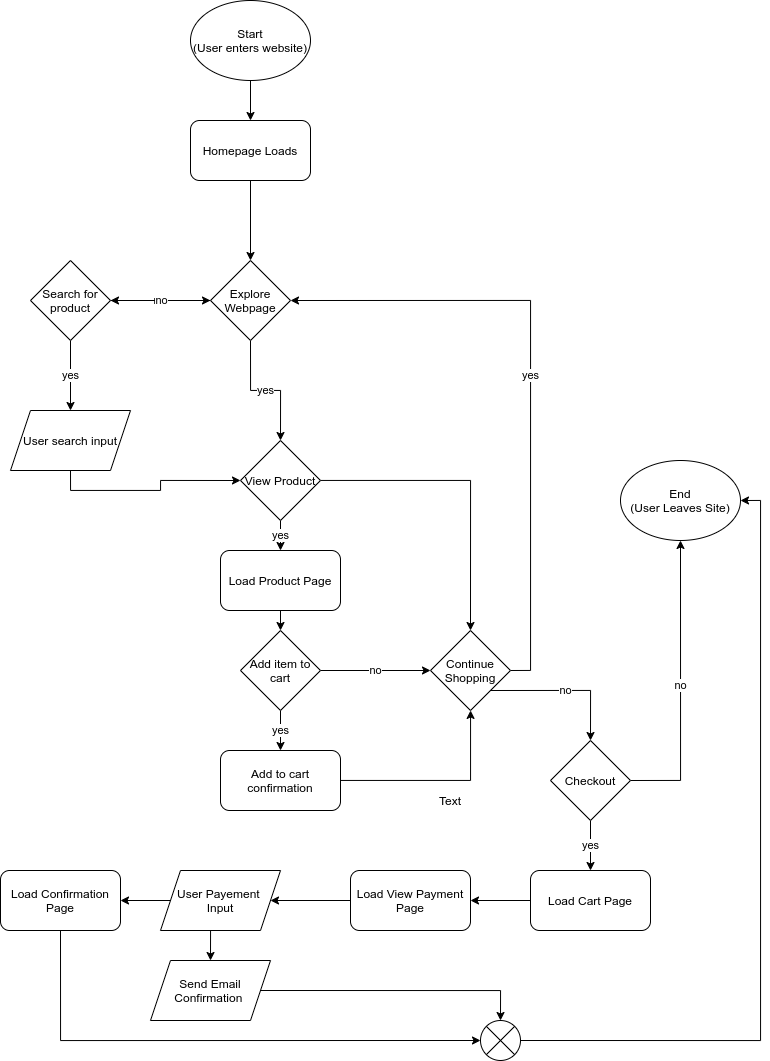
Before: part2/part2.drawio.png, a diagram exported from draw.io (jamesrdaza/sp21-cse110-lab4). Source tidied: cells renumbered, new cells last; positions are measured from the earlier drawing's top-left corner, leaving out a move shared by most shapes.
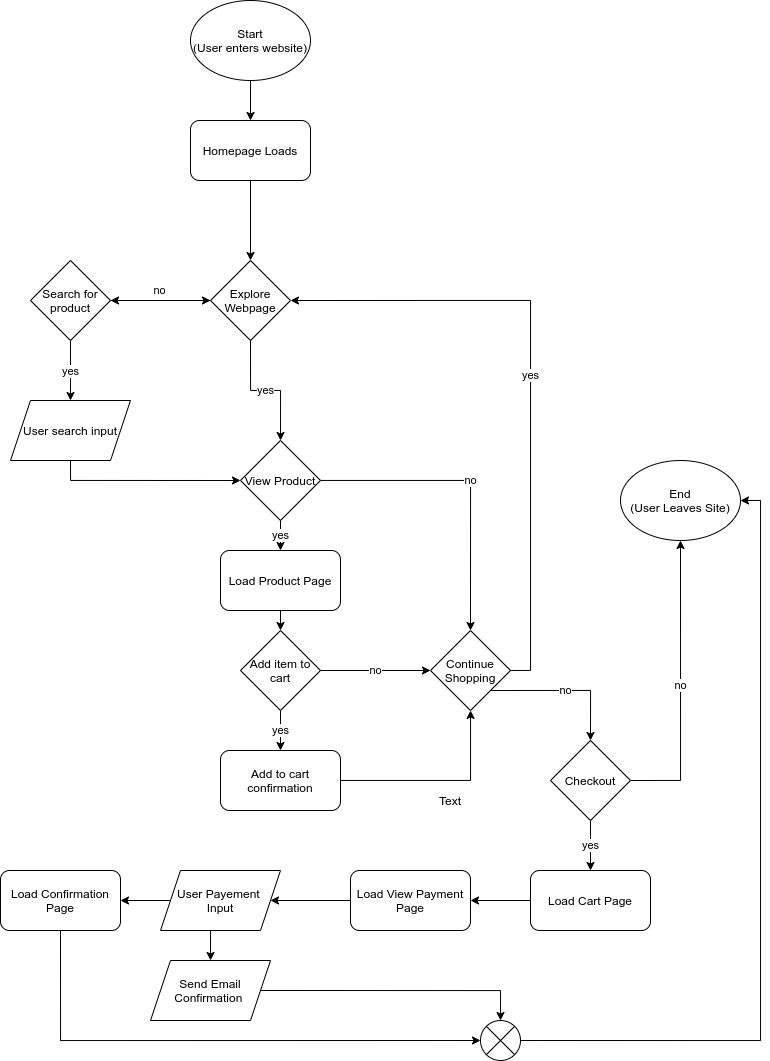
After the commit.

The edit, as a diff of the source:
```diff
@@ -18,7 +18,7 @@
       <mxGeometry relative="1" as="geometry" />
     </mxCell>
     <mxCell id="7" value="no" style="edgeStyle=orthogonalEdgeStyle;rounded=0;jettySize=auto;html=1;" parent="1" edge="1" source="8">
-      <mxGeometry relative="1" as="geometry">
+      <mxGeometry y="-10" relative="1" as="geometry">
         <mxPoint x="110" y="300" as="targetPoint" />
       </mxGeometry>
     </mxCell>
@@ -28,7 +28,7 @@
     <mxCell id="9" value="yes" style="edgeStyle=orthogonalEdgeStyle;rounded=0;jettySize=auto;html=1;exitX=0.5;exitY=1;exitDx=0;exitDy=0;" parent="1" edge="1" source="11" target="13">
       <mxGeometry relative="1" as="geometry" />
     </mxCell>
-    <mxCell id="10" value="no&lt;br&gt;" style="edgeStyle=orthogonalEdgeStyle;rounded=0;jettySize=auto;html=1;entryX=0;entryY=0.5;entryDx=0;entryDy=0;" parent="1" edge="1" source="11" target="8">
+    <mxCell id="10" style="edgeStyle=orthogonalEdgeStyle;rounded=0;jettySize=auto;html=1;exitX=1;exitY=0.5;exitDx=0;exitDy=0;" parent="1" edge="1" source="11" target="8">
       <mxGeometry relative="1" as="geometry" />
     </mxCell>
     <mxCell id="11" value="Search for product" style="rhombus;whiteSpace=wrap;html=1;" parent="1" vertex="1">
@@ -37,14 +37,12 @@
     <mxCell id="12" style="edgeStyle=orthogonalEdgeStyle;rounded=0;jettySize=auto;html=1;exitX=0.5;exitY=1;exitDx=0;exitDy=0;entryX=0;entryY=0.5;entryDx=0;entryDy=0;" parent="1" edge="1" source="13" target="26">
       <mxGeometry relative="1" as="geometry">
         <Array as="points">
-          <mxPoint x="70" y="490" />
-          <mxPoint x="160" y="490" />
-          <mxPoint x="160" y="480" />
+          <mxPoint x="70" y="480" />
         </Array>
       </mxGeometry>
     </mxCell>
     <mxCell id="13" value="User search input" style="shape=parallelogram;perimeter=parallelogramPerimeter;whiteSpace=wrap;html=1;fixedSize=1;" parent="1" vertex="1">
-      <mxGeometry x="10" y="410" width="120" height="60" as="geometry" />
+      <mxGeometry x="10" y="400" width="120" height="60" as="geometry" />
     </mxCell>
     <mxCell id="14" style="edgeStyle=orthogonalEdgeStyle;rounded=0;jettySize=auto;html=1;exitX=0.5;exitY=1;exitDx=0;exitDy=0;entryX=0.5;entryY=0;entryDx=0;entryDy=0;" parent="1" edge="1" source="15" target="18">
       <mxGeometry relative="1" as="geometry" />
@@ -79,7 +77,7 @@
     <mxCell id="24" value="yes&lt;br&gt;" style="edgeStyle=orthogonalEdgeStyle;rounded=0;jettySize=auto;html=1;exitX=0.5;exitY=1;exitDx=0;exitDy=0;entryX=0.5;entryY=0;entryDx=0;entryDy=0;" parent="1" edge="1" source="26" target="15">
       <mxGeometry relative="1" as="geometry" />
     </mxCell>
-    <mxCell id="25" style="edgeStyle=orthogonalEdgeStyle;rounded=0;jettySize=auto;html=1;entryX=0.5;entryY=0;entryDx=0;entryDy=0;" parent="1" edge="1" source="26" target="23">
+    <mxCell id="25" value="no" style="edgeStyle=orthogonalEdgeStyle;rounded=0;jettySize=auto;html=1;entryX=0.5;entryY=0;entryDx=0;entryDy=0;" parent="1" edge="1" source="26" target="23">
       <mxGeometry relative="1" as="geometry" />
     </mxCell>
     <mxCell id="26" value="View Product" style="rhombus;whiteSpace=wrap;html=1;" parent="1" vertex="1">
```
